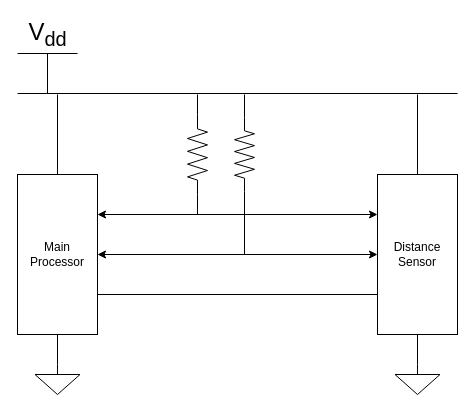
This is doc/img/dual-vl53l0x-sensor.drawio from DrCampy/dual-VL53L0X-pic, a draw.io file, before an edit. Source tidied: cells renumbered, new cells numbered last; positions are measured from the earlier drawing's top-left corner, leaving out a move shared by most shapes. Both pictures are drawn from the tidied source at 100%, with x=0, y=0 at pixel (17, 53).
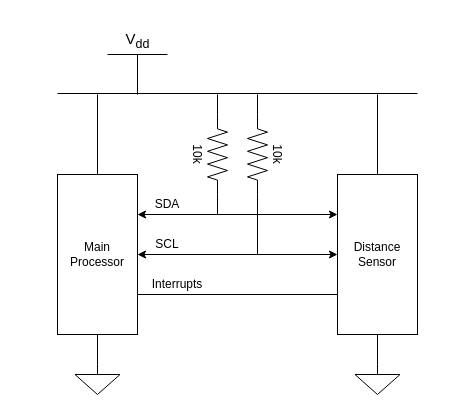
The same diagram, later.

Diff of the diagram source:
```diff
@@
     <mxCell id="2" value="Main Processor" style="rounded=0;whiteSpace=wrap;html=1;" parent="1" vertex="1">
-      <mxGeometry y="121" width="80" height="160" as="geometry" />
+      <mxGeometry x="40" y="121" width="80" height="160" as="geometry" />
     </mxCell>
@@
     <mxCell id="4" style="endArrow=none;html=1;" parent="1" edge="1">
       <mxGeometry relative="1" as="geometry">
-        <mxPoint x="440" y="40" as="sourcePoint" />
-        <mxPoint y="40" as="targetPoint" />
+        <mxPoint x="400" y="40" as="sourcePoint" />
+        <mxPoint x="40" y="40" as="targetPoint" />
       </mxGeometry>
     </mxCell>
-    <mxCell id="5" style="verticalLabelPosition=bottom;shadow=0;dashed=0;align=center;html=1;verticalAlign=top;shape=mxgraph.electrical.resistors.resistor_2;rotation=-90;" parent="1" vertex="1">
-      <mxGeometry x="190" y="91" width="74" height="20" as="geometry" />
-    </mxCell>
     <mxCell id="6" style="verticalLabelPosition=bottom;shadow=0;dashed=0;align=center;html=1;verticalAlign=top;shape=mxgraph.electrical.resistors.resistor_2;rotation=-90;" parent="1" vertex="1">
-      <mxGeometry x="140" y="91" width="80" height="20" as="geometry" />
+      <mxGeometry x="160" y="91" width="80" height="20" as="geometry" />
     </mxCell>
-    <mxCell id="7" value="V&lt;sub&gt;dd&lt;/sub&gt;" style="verticalLabelPosition=top;verticalAlign=bottom;shape=mxgraph.electrical.signal_sources.vdd;shadow=0;dashed=0;align=center;strokeWidth=1;fontSize=24;html=1;flipV=1;" parent="1" vertex="1">
-      <mxGeometry width="60" height="40" as="geometry" />
+    <mxCell id="7" value="&lt;font style=&quot;font-size: 15px&quot;&gt;V&lt;sub&gt;dd&lt;/sub&gt;&lt;/font&gt;" style="verticalLabelPosition=top;verticalAlign=bottom;shape=mxgraph.electrical.signal_sources.vdd;shadow=0;dashed=0;align=center;strokeWidth=1;fontSize=24;html=1;flipV=1;" parent="1" vertex="1">
+      <mxGeometry x="90" y="1" width="60" height="40" as="geometry" />
     </mxCell>
     <mxCell id="8" style="verticalLabelPosition=bottom;shadow=0;dashed=0;align=center;html=1;verticalAlign=top;shape=mxgraph.electrical.signal_sources.signal_ground;" parent="1" vertex="1">
-      <mxGeometry x="17.5" y="311" width="45" height="30" as="geometry" />
+      <mxGeometry x="57.5" y="311" width="45" height="30" as="geometry" />
     </mxCell>
     <mxCell id="9" style="verticalLabelPosition=bottom;shadow=0;dashed=0;align=center;html=1;verticalAlign=top;shape=mxgraph.electrical.signal_sources.signal_ground;" parent="1" vertex="1">
-      <mxGeometry x="377.5" y="311" width="45" height="30" as="geometry" />
+      <mxGeometry x="337.5" y="311" width="45" height="30" as="geometry" />
     </mxCell>
     <mxCell id="10" style="endArrow=none;html=1;exitX=0.5;exitY=0;exitDx=0;exitDy=0;" parent="1" edge="1" source="2">
       <mxGeometry relative="1" as="geometry">
-        <mxPoint x="40" y="41" as="targetPoint" />
+        <mxPoint x="80" y="41" as="targetPoint" />
       </mxGeometry>
     </mxCell>
@@
     <mxCell id="12" value="&lt;div&gt;Distance Sensor&lt;/div&gt;" style="rounded=0;whiteSpace=wrap;html=1;" parent="1" vertex="1">
-      <mxGeometry x="360" y="121" width="80" height="160" as="geometry" />
+      <mxGeometry x="320" y="121" width="80" height="160" as="geometry" />
     </mxCell>
     <mxCell id="13" style="endArrow=none;html=1;entryX=0.5;entryY=0;entryDx=0;entryDy=0;" parent="1" edge="1" target="12">
       <mxGeometry relative="1" as="geometry">
-        <mxPoint x="400" y="41" as="sourcePoint" />
+        <mxPoint x="360" y="41" as="sourcePoint" />
       </mxGeometry>
     </mxCell>
@@
     <mxCell id="16" style="endArrow=none;html=1;entryX=1;entryY=0.5;entryDx=0;entryDy=0;entryPerimeter=0;" parent="1" edge="1" target="6">
       <mxGeometry relative="1" as="geometry">
-        <mxPoint x="180" y="41" as="sourcePoint" />
+        <mxPoint x="200" y="41" as="sourcePoint" />
       </mxGeometry>
     </mxCell>
-    <mxCell id="17" style="endArrow=none;html=1;entryX=1;entryY=0.5;entryDx=0;entryDy=0;entryPerimeter=0;" parent="1" edge="1" target="5">
+    <mxCell id="17" style="endArrow=none;html=1;entryX=1;entryY=0.5;entryDx=0;entryDy=0;entryPerimeter=0;" parent="1" edge="1" target="21">
       <mxGeometry relative="1" as="geometry">
-        <mxPoint x="227" y="41" as="sourcePoint" />
+        <mxPoint x="240" y="41" as="sourcePoint" />
       </mxGeometry>
     </mxCell>
     <mxCell id="18" style="endArrow=none;html=1;entryX=0;entryY=0.5;entryDx=0;entryDy=0;entryPerimeter=0;" parent="1" edge="1" target="6">
       <mxGeometry relative="1" as="geometry">
-        <mxPoint x="180" y="161" as="sourcePoint" />
+        <mxPoint x="200" y="161" as="sourcePoint" />
       </mxGeometry>
     </mxCell>
-    <mxCell id="19" style="endArrow=none;html=1;entryX=0;entryY=0.5;entryDx=0;entryDy=0;entryPerimeter=0;" parent="1" edge="1" target="5">
+    <mxCell id="19" style="endArrow=none;html=1;entryX=0;entryY=0.5;entryDx=0;entryDy=0;entryPerimeter=0;" parent="1" edge="1" target="21">
       <mxGeometry relative="1" as="geometry">
-        <mxPoint x="227" y="201" as="sourcePoint" />
+        <mxPoint x="240" y="201" as="sourcePoint" />
       </mxGeometry>
     </mxCell>
@@
+    <mxCell id="21" style="verticalLabelPosition=bottom;shadow=0;dashed=0;align=center;html=1;verticalAlign=top;shape=mxgraph.electrical.resistors.resistor_2;rotation=-90;" parent="1" vertex="1">
+      <mxGeometry x="200" y="91" width="80" height="20" as="geometry" />
+    </mxCell>
+    <mxCell id="22" value="SDA" style="text;html=1;strokeColor=none;fillColor=none;align=center;verticalAlign=middle;whiteSpace=wrap;rounded=0;" parent="1" vertex="1">
+      <mxGeometry x="130" y="141" width="40" height="20" as="geometry" />
+    </mxCell>
+    <mxCell id="23" value="SCL" style="text;html=1;strokeColor=none;fillColor=none;align=center;verticalAlign=middle;whiteSpace=wrap;rounded=0;" parent="1" vertex="1">
+      <mxGeometry x="130" y="181" width="40" height="20" as="geometry" />
+    </mxCell>
+    <mxCell id="24" value="Interrupts" style="text;html=1;strokeColor=none;fillColor=none;align=center;verticalAlign=middle;whiteSpace=wrap;rounded=0;" parent="1" vertex="1">
+      <mxGeometry x="140" y="221" width="40" height="20" as="geometry" />
+    </mxCell>
+    <mxCell id="25" value="10k" style="text;html=1;strokeColor=none;fillColor=none;align=center;verticalAlign=middle;whiteSpace=wrap;rounded=0;rotation=90;" parent="1" vertex="1">
+      <mxGeometry x="160" y="91" width="40" height="20" as="geometry" />
+    </mxCell>
+    <mxCell id="26" value="10k" style="text;html=1;strokeColor=none;fillColor=none;align=center;verticalAlign=middle;whiteSpace=wrap;rounded=0;rotation=90;" parent="1" vertex="1">
+      <mxGeometry x="240" y="91" width="40" height="20" as="geometry" />
+    </mxCell>
```
